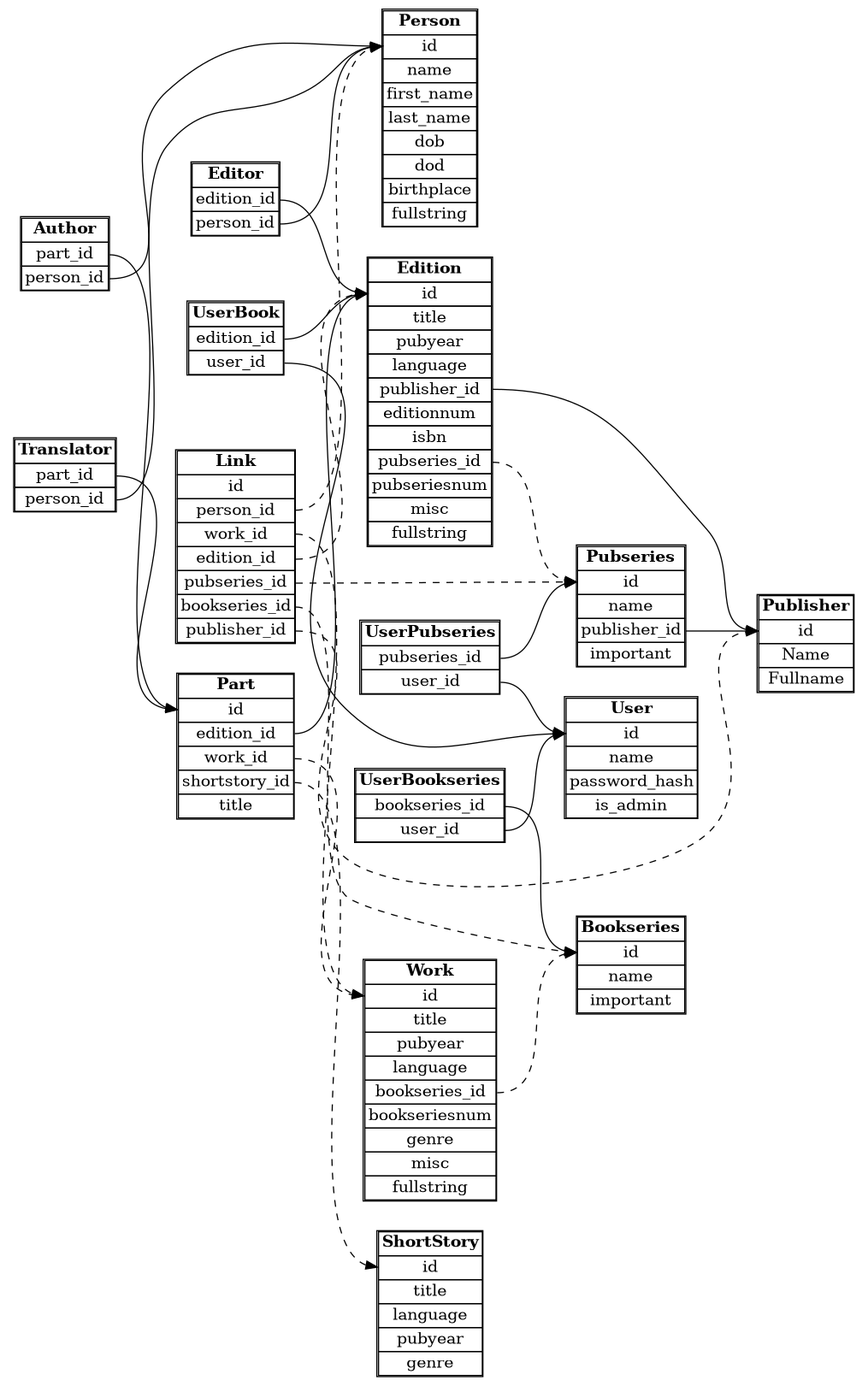
Before: db-schema.png, a diagram exported from Graphviz (Makistos/suomisf). Its source is kept beside it as db-schema.gv.
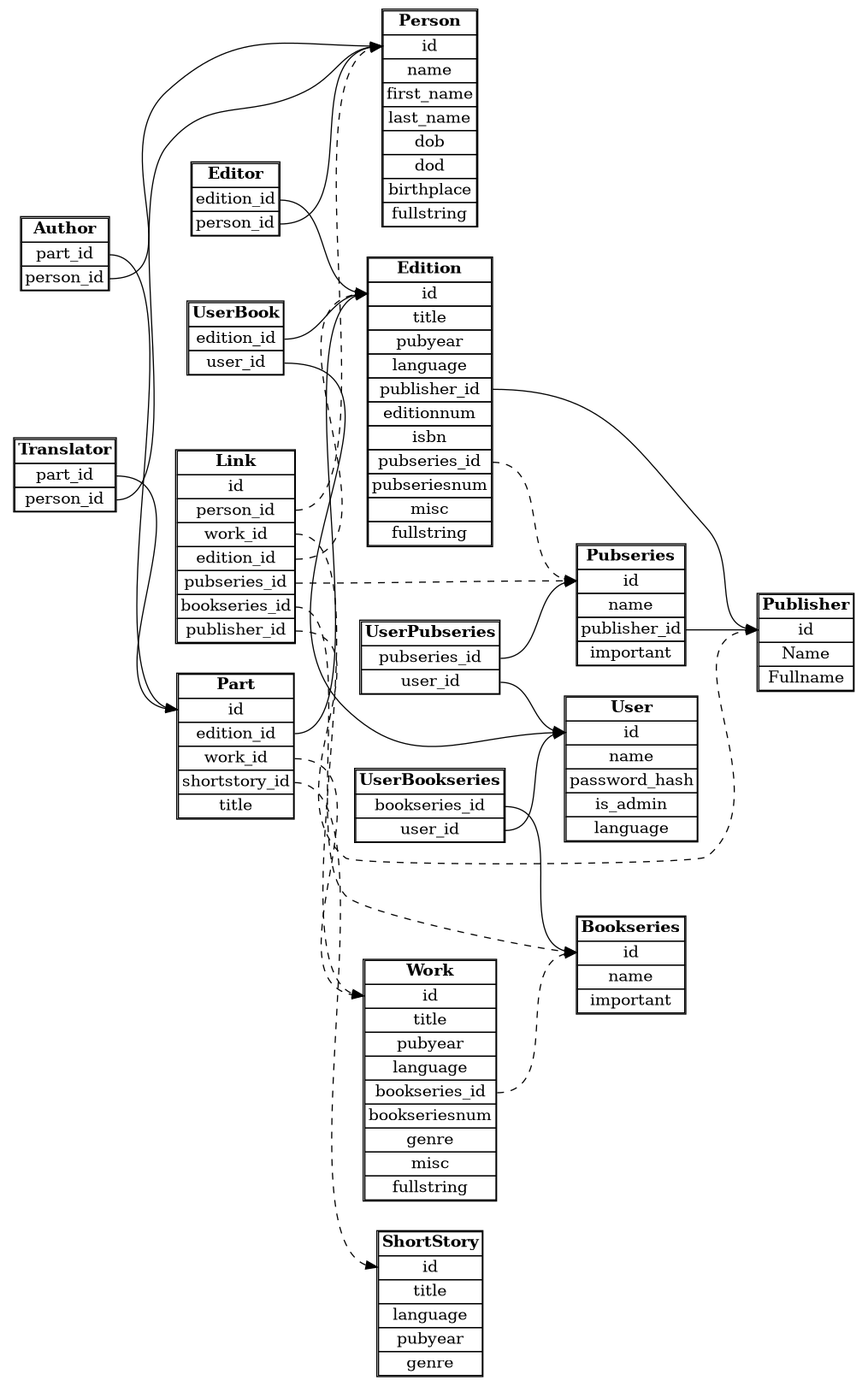
Later version of the same file.

The edit, as a diff of the source:
```diff
@@ -107,6 +107,7 @@
 		<TR><TD>name</TD></TR>
 		<TR><TD>password_hash</TD></TR>
 		<TR><TD>is_admin</TD></TR>
+                <TR><TD>language</TD></TR>
 		</TABLE>
 		>];
 	UserBook [
```
